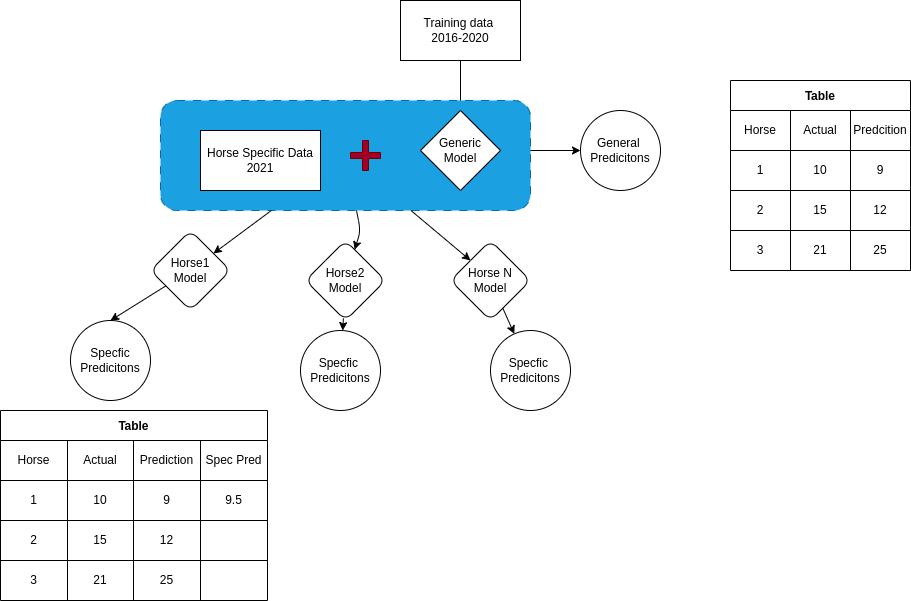
ReformedEngineer/HorseBetting keeps this draw.io diagram as process.png. Above is the earlier version. Source tidied: cells renumbered, new cells last; positions are measured from the earlier drawing's top-left corner, leaving out a move shared by most shapes.
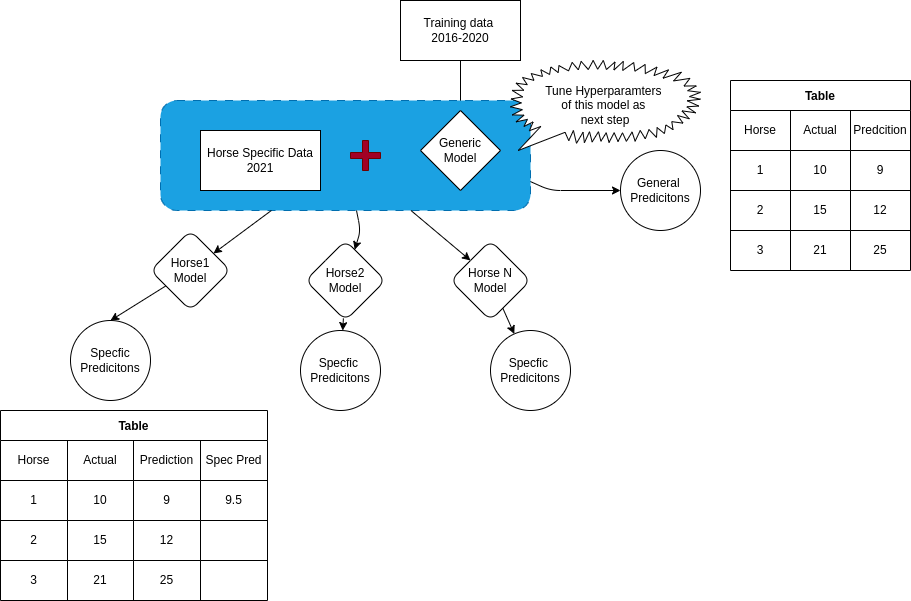
After the change.

What changed in the source:
```diff
@@ -9,10 +9,14 @@
       <mxGeometry x="400" width="120" height="60" as="geometry" />
     </mxCell>
     <mxCell id="4" style="edgeStyle=none;html=1;" parent="1" edge="1" source="9" target="5">
-      <mxGeometry relative="1" as="geometry" />
+      <mxGeometry relative="1" as="geometry">
+        <Array as="points">
+          <mxPoint x="550" y="190" />
+        </Array>
+      </mxGeometry>
     </mxCell>
     <mxCell id="5" value="General&amp;nbsp;&lt;br&gt;Predicitons" style="ellipse;whiteSpace=wrap;html=1;" parent="1" vertex="1">
-      <mxGeometry x="580" y="110" width="80" height="80" as="geometry" />
+      <mxGeometry x="620" y="150" width="80" height="80" as="geometry" />
     </mxCell>
     <mxCell id="6" style="group;" parent="1" vertex="1">
       <mxGeometry x="160" y="100" width="370" height="110" as="geometry" />
@@ -186,5 +190,8 @@
     <mxCell id="61" style="shape=partialRectangle;html=1;whiteSpace=wrap;fillColor=none;top=0;left=0;bottom=0;right=0;overflow=hidden;" parent="57" vertex="1">
       <mxGeometry x="200" width="67" height="40" as="geometry" />
     </mxCell>
+    <mxCell id="62" value="Tune Hyperparamters &lt;br&gt;of this model as &lt;br&gt;next step" style="whiteSpace=wrap;html=1;shape=mxgraph.basic.loud_callout;" parent="1" vertex="1">
+      <mxGeometry x="510" y="60" width="190" height="90" as="geometry" />
+    </mxCell>
   </root>
 </mxGraphModel>
```
